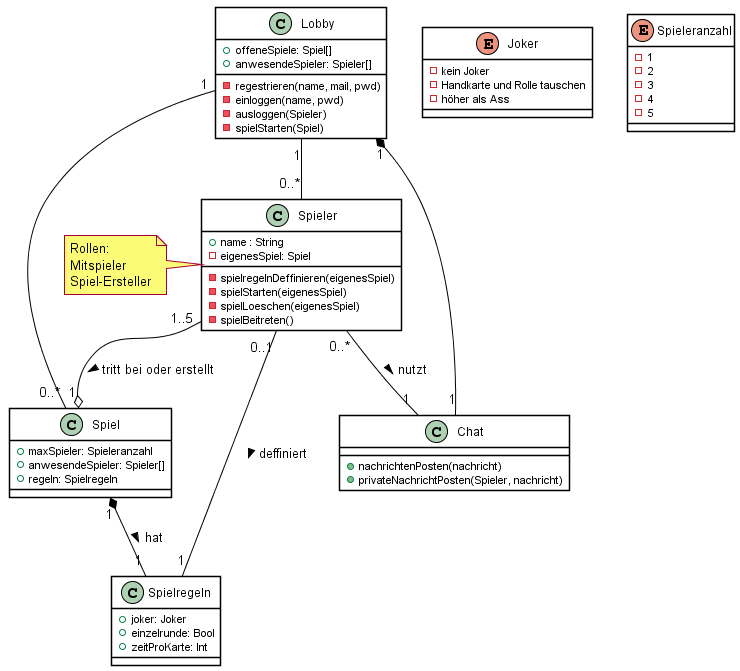
Above: Klassendiagramm/Durak Lobby.png in DerLurchi/Durak (PlantUML), before the change.
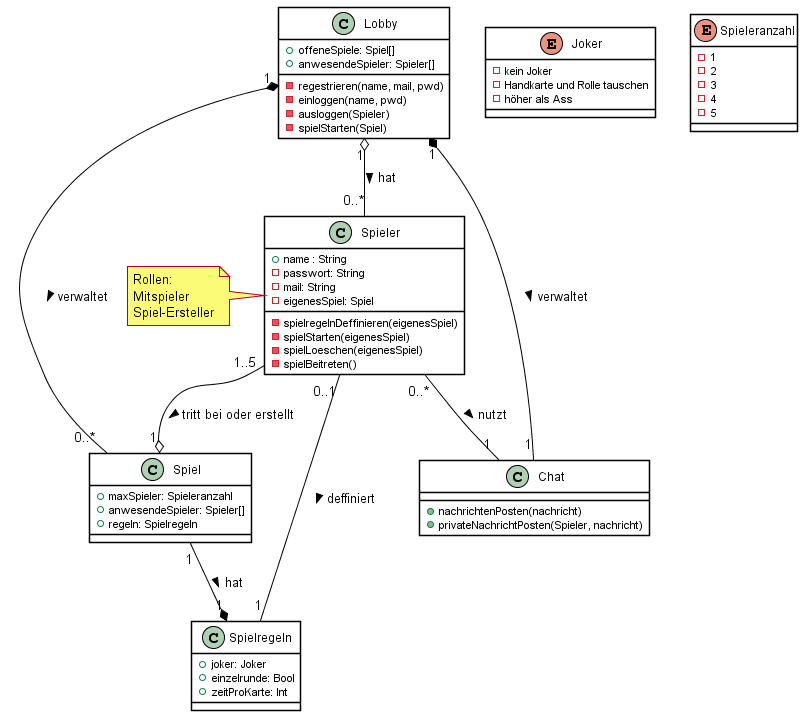
Later version of the same file.

Diff of the diagram source:
```diff
@@ -13,6 +13,8 @@
 
 class Spieler {
     +name : String
+    -passwort: String
+    -mail: String
     -eigenesSpiel: Spiel
     -spielregelnDeffinieren(eigenesSpiel)
     -spielStarten(eigenesSpiel)
@@ -67,17 +69,17 @@
 
 
 
-Lobby "1" -- "0..*" Spieler
+Lobby "1" o-- "0..*" Spieler : hat >
 
 Spieler "1..5" --o "1" Spiel : tritt bei oder erstellt >
 
-Spiel "1" *-- "1" Spielregeln : hat >
+Spiel "1" --* "1" Spielregeln : hat >
 
-Lobby "1" -- "0..*" Spiel
+Lobby "1" *-- "0..*" Spiel : verwaltet >
 
 Spieler "0..*" -- "1" Chat : nutzt >
 
-Lobby "1" *-- "1" Chat
+Lobby "1" *-- "1" Chat : verwaltet >
 
 Spieler "0..1" -- "1" Spielregeln: deffiniert >
 
```
